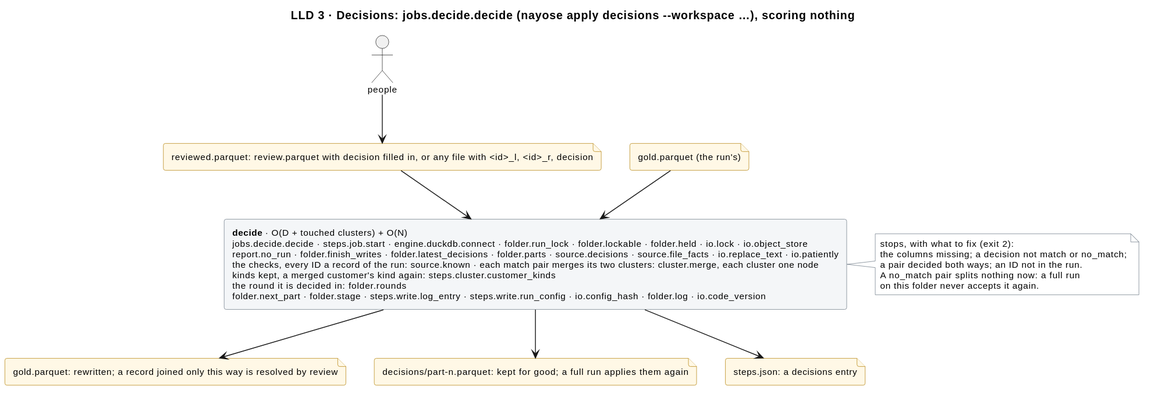
Earlier version of the PlantUML export docs/diagrams/decisions.svg (mvsbm/entity_matching).
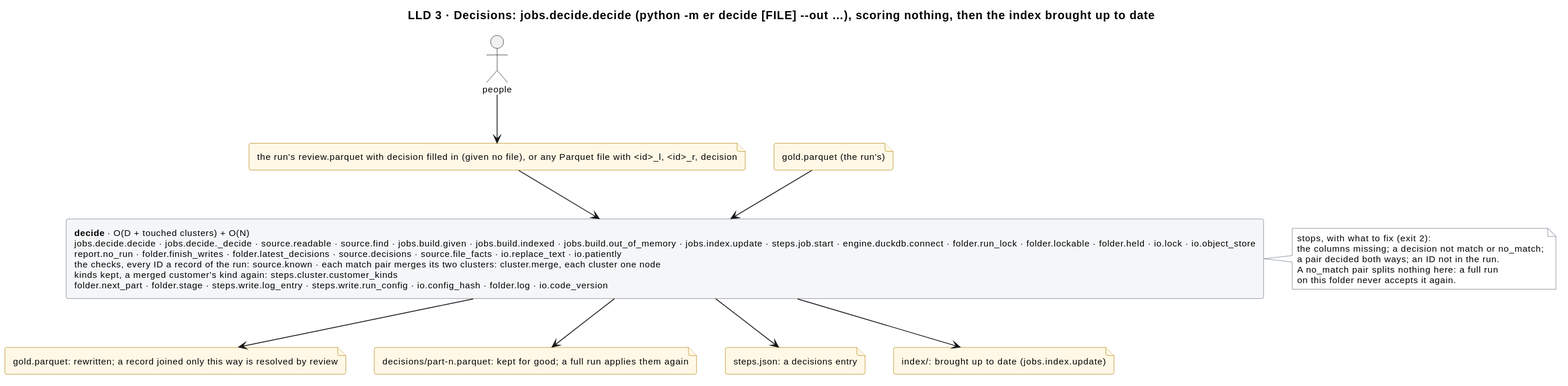
Above is the later version.

Diff of the diagram source:
```diff
@@ -1,5 +1,5 @@
 @startuml
-title LLD 3 · Decisions: jobs.decide.decide (nayose apply decisions ~--workspace …), scoring nothing
+title LLD 3 · Decisions: jobs.decide.decide (python -m er decide [FILE] ~--out …), scoring nothing, then the index brought up to date
 skinparam defaultFontSize 11
 skinparam rectangle {
   BackgroundColor #F4F6F8
@@ -15,22 +15,23 @@
 }
 
 actor "people" as people
-file "reviewed.parquet: review.parquet with decision filled in, or any file with <id>_l, <id>_r, decision" as f_decided
+file "the run's review.parquet with decision filled in (given no file), or any Parquet file with <id>_l, <id>_r, decision" as f_decided
 file "gold.parquet (the run's)" as f_gold_in
 
-rectangle "<b>decide</b> · O(D + touched clusters) + O(N)\njobs.decide.decide · steps.job.start · engine.duckdb.connect · folder.run_lock · folder.lockable · folder.held · io.lock · io.object_store\nreport.no_run · folder.finish_writes · folder.latest_decisions · folder.parts · source.decisions · source.file_facts · io.replace_text · io.patiently\nthe checks, every ID a record of the run: source.known · each match pair merges its two clusters: cluster.merge, each cluster one node\nkinds kept, a merged customer's kind again: steps.cluster.customer_kinds\nthe round it is decided in: folder.rounds\nfolder.next_part · folder.stage · steps.write.log_entry · steps.write.run_config · io.config_hash · folder.log · io.code_version" as decide
+rectangle "<b>decide</b> · O(D + touched clusters) + O(N)\njobs.decide.decide · jobs.decide._decide · source.readable · source.find · jobs.build.given · jobs.build.indexed · jobs.build.out_of_memory · jobs.index.update · steps.job.start · engine.duckdb.connect · folder.run_lock · folder.lockable · folder.held · io.lock · io.object_store\nreport.no_run · folder.finish_writes · folder.latest_decisions · source.decisions · source.file_facts · io.replace_text · io.patiently\nthe checks, every ID a record of the run: source.known · each match pair merges its two clusters: cluster.merge, each cluster one node\nkinds kept, a merged customer's kind again: steps.cluster.customer_kinds\nfolder.next_part · folder.stage · steps.write.log_entry · steps.write.run_config · io.config_hash · folder.log · io.code_version" as decide
 
 note right of decide
   stops, with what to fix (exit 2):
   the columns missing; a decision not match or no_match;
   a pair decided both ways; an ID not in the run.
-  A no_match pair splits nothing now: a full run
+  A no_match pair splits nothing here: a full run
   on this folder never accepts it again.
 end note
 
 file "gold.parquet: rewritten; a record joined only this way is resolved by review" as f_gold_out
 file "decisions/part-n.parquet: kept for good; a full run applies them again" as f_kept
 file "steps.json: a decisions entry" as f_steps
+file "index/: brought up to date (jobs.index.update)" as f_index
 
 people --> f_decided
 f_decided --> decide
@@ -38,4 +39,5 @@
 decide --> f_gold_out
 decide --> f_kept
 decide --> f_steps
+decide --> f_index
 @enduml
```
